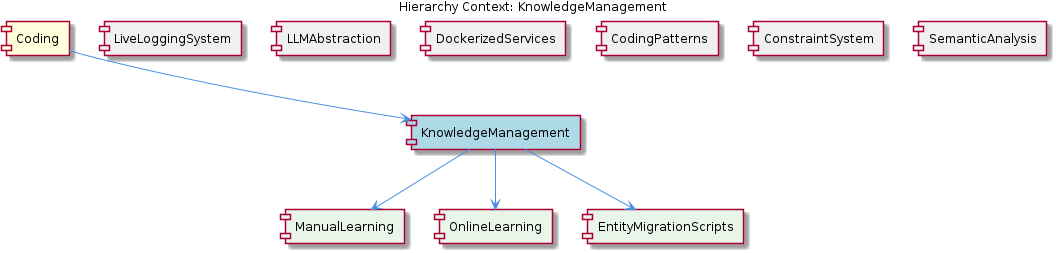
The PlantUML diagram knowledge-management/insights/images/knowledge-management-relationship.png in fwornle/coding, before a commit. Its source is kept beside it as .data/knowledge-graph/insights/puml/knowledge-management-relationship.puml. Source of this version:
```plantuml
@startuml
!include _standard-style.puml

title Hierarchy Context: KnowledgeManagement

[Coding] as coding #FFFFDD
[KnowledgeManagement] as knowledge_management #LightBlue
[LiveLoggingSystem] as live_logging_system #F0F0F0
[LLMAbstraction] as llmabstraction #F0F0F0
[DockerizedServices] as dockerized_services #F0F0F0
[CodingPatterns] as coding_patterns #F0F0F0
[ConstraintSystem] as constraint_system #F0F0F0
[SemanticAnalysis] as semantic_analysis #F0F0F0
[ManualLearning] as manual_learning #E8F5E8
[OnlineLearning] as online_learning #E8F5E8
[EntityMigrationScripts] as entity_migration_scripts #E8F5E8

coding --> knowledge_management
live_logging_system -[hidden]- knowledge_management
llmabstraction -[hidden]- knowledge_management
dockerized_services -[hidden]- knowledge_management
coding_patterns -[hidden]- knowledge_management
constraint_system -[hidden]- knowledge_management
semantic_analysis -[hidden]- knowledge_management
knowledge_management --> manual_learning
knowledge_management --> online_learning
knowledge_management --> entity_migration_scripts

@enduml
```
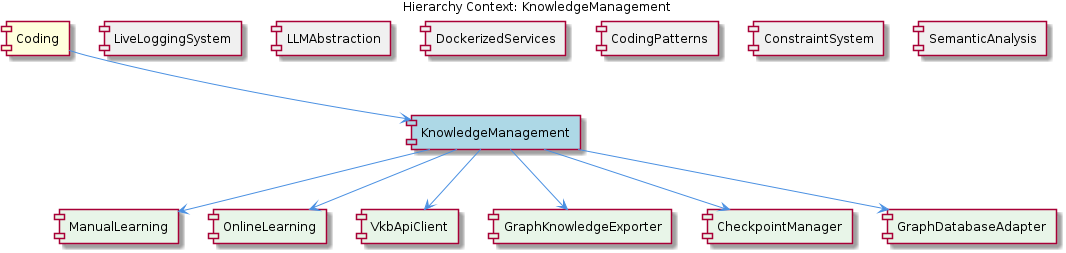
Later version of the same file.

Diff of the diagram source:
```diff
@@ -13,7 +13,10 @@
 [SemanticAnalysis] as semantic_analysis #F0F0F0
 [ManualLearning] as manual_learning #E8F5E8
 [OnlineLearning] as online_learning #E8F5E8
-[EntityMigrationScripts] as entity_migration_scripts #E8F5E8
+[VkbApiClient] as vkb_api_client #E8F5E8
+[GraphKnowledgeExporter] as graph_knowledge_exporter #E8F5E8
+[CheckpointManager] as checkpoint_manager #E8F5E8
+[GraphDatabaseAdapter] as graph_database_adapter #E8F5E8
 
 coding --> knowledge_management
 live_logging_system -[hidden]- knowledge_management
@@ -24,6 +27,9 @@
 semantic_analysis -[hidden]- knowledge_management
 knowledge_management --> manual_learning
 knowledge_management --> online_learning
-knowledge_management --> entity_migration_scripts
+knowledge_management --> vkb_api_client
+knowledge_management --> graph_knowledge_exporter
+knowledge_management --> checkpoint_manager
+knowledge_management --> graph_database_adapter
 
 @enduml
```
